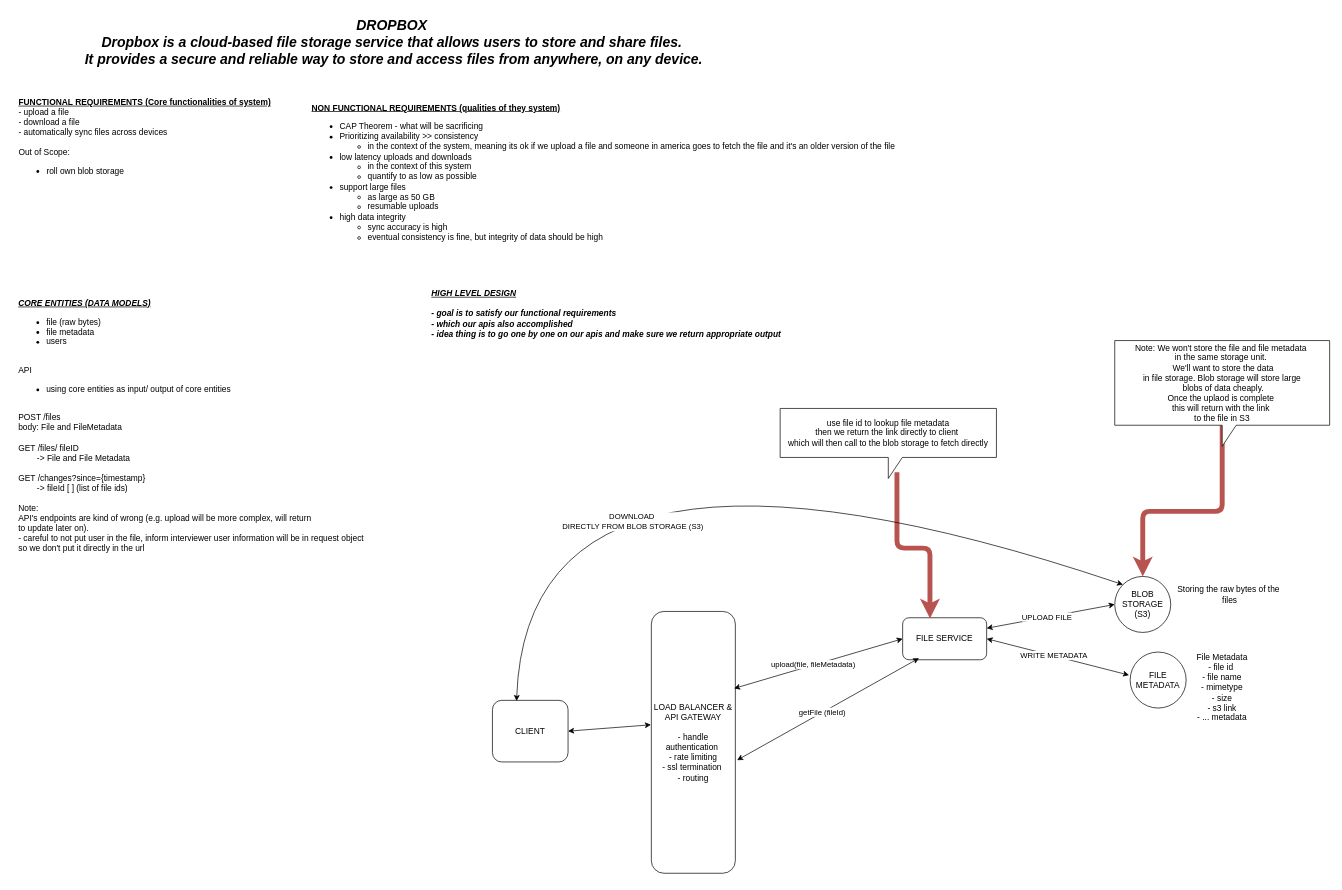
ALoveStory/SystemDesign keeps this draw.io diagram as DropBox-Revisit.drawio. Above is the earlier version. Source tidied: cells renumbered, new cells numbered last; positions are measured from the earlier drawing's top-left corner, leaving out a move shared by most shapes. Both pictures are drawn from the tidied source at 70%, with x=0, y=0 at pixel (12, 12).
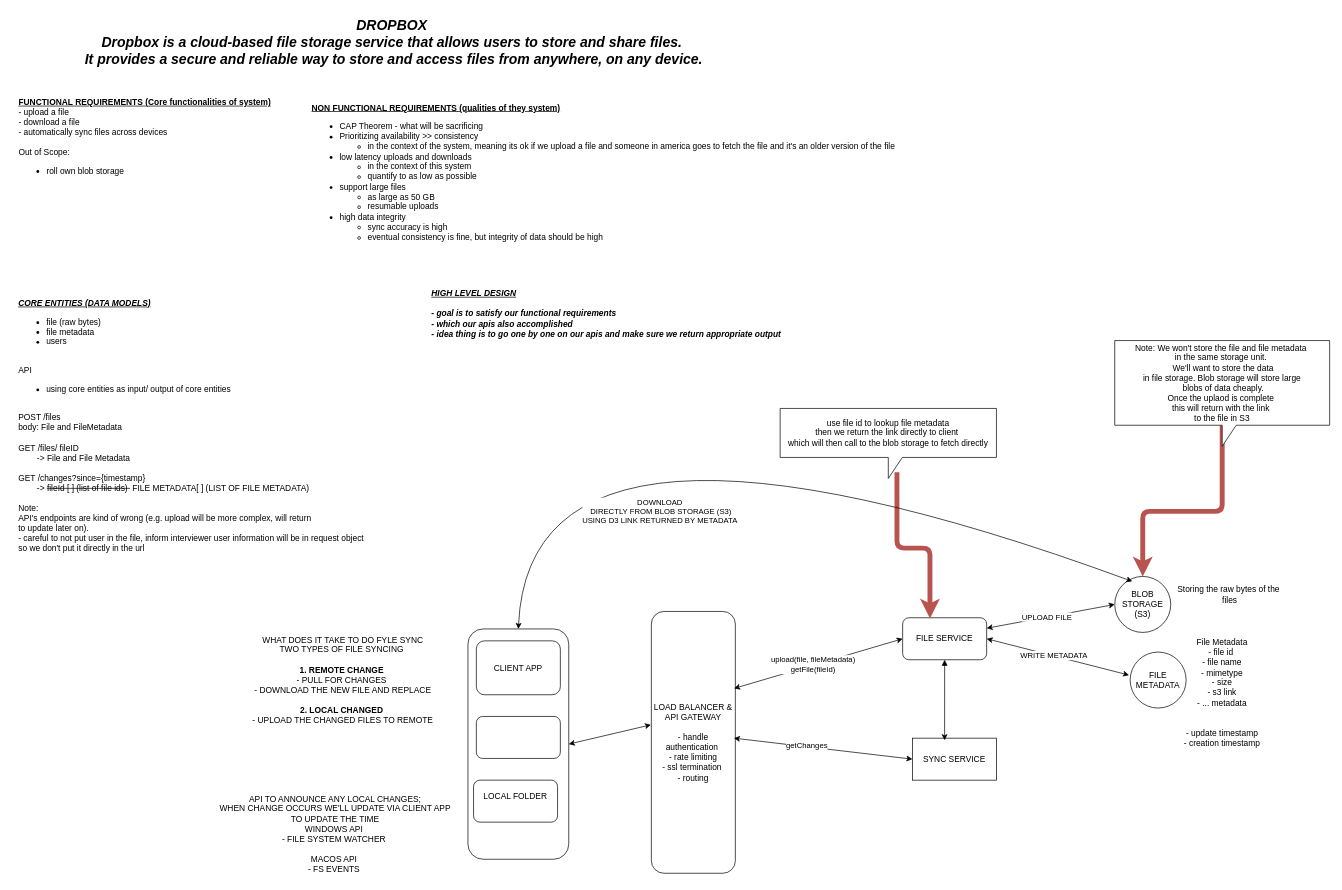
Above is the later version.

Commit message (it also covers changes not shown here):
updates for drop box revisit

Unchanged cells that the change refers to:
```xml
<mxCell id="8" value="LOAD BALANCER &amp;amp; API GATEWAY&lt;div&gt;&lt;br&gt;&lt;/div&gt;&lt;div&gt;- handle authentication&amp;nbsp;&lt;/div&gt;&lt;div&gt;- rate limiting&lt;/div&gt;&lt;div&gt;- ssl termination&amp;nbsp;&lt;/div&gt;&lt;div&gt;- routing&lt;/div&gt;" style="rounded=1;whiteSpace=wrap;html=1;" parent="1" vertex="1">
  <mxGeometry x="913" y="856" width="120" height="374" as="geometry" />
</mxCell>
<mxCell id="10" value="FILE SERVICE" style="rounded=1;whiteSpace=wrap;html=1;" parent="1" vertex="1">
  <mxGeometry x="1272" y="865" width="120" height="60" as="geometry" />
</mxCell>
<mxCell id="11" style="endArrow=classic;startArrow=classic;html=1;rounded=0;entryX=0;entryY=0.5;entryDx=0;entryDy=0;exitX=0.985;exitY=0.294;exitDx=0;exitDy=0;exitPerimeter=0;" parent="1" edge="1" source="8" target="10">
  <mxGeometry relative="1" as="geometry" />
</mxCell>
<mxCell id="13" value="BLOB STORAGE (S3)" style="ellipse;whiteSpace=wrap;html=1;" parent="1" vertex="1">
  <mxGeometry x="1575" y="806" width="80" height="80" as="geometry" />
</mxCell>
```

Change to the diagram source:
```diff
@@
-    <mxCell id="5" value="&lt;b&gt;&lt;i&gt;&lt;u&gt;CORE ENTITIES (DATA MODELS)&lt;/u&gt;&lt;/i&gt;&lt;/b&gt;&lt;div&gt;&lt;ul&gt;&lt;li&gt;file (raw bytes)&lt;/li&gt;&lt;li&gt;file metadata&amp;nbsp;&lt;/li&gt;&lt;li&gt;users&amp;nbsp;&lt;/li&gt;&lt;/ul&gt;&lt;div&gt;&lt;br&gt;&lt;/div&gt;&lt;/div&gt;&lt;div&gt;API&amp;nbsp;&lt;/div&gt;&lt;div&gt;&lt;ul&gt;&lt;li&gt;using core entities as input/ output of core entities&amp;nbsp;&lt;/li&gt;&lt;/ul&gt;&lt;div&gt;&lt;br&gt;&lt;/div&gt;&lt;/div&gt;&lt;div&gt;POST /files&amp;nbsp;&lt;/div&gt;&lt;div&gt;body: File and FileMetadata&amp;nbsp;&lt;/div&gt;&lt;div&gt;&lt;br&gt;&lt;/div&gt;&lt;div&gt;GET /files/ fileID&amp;nbsp;&lt;/div&gt;&lt;div&gt;&lt;span style=&quot;white-space: pre;&quot;&gt;&#9;&lt;/span&gt;-&amp;gt; File and File Metadata&amp;nbsp;&lt;br&gt;&lt;/div&gt;&lt;div&gt;&lt;br&gt;&lt;/div&gt;&lt;div&gt;GET /changes?since={timestamp}&lt;/div&gt;&lt;div&gt;&lt;span style=&quot;white-space: pre;&quot;&gt;&#9;&lt;/span&gt;-&amp;gt; fileId [ ] (list of file ids)&lt;br&gt;&lt;/div&gt;&lt;div&gt;&lt;br&gt;&lt;/div&gt;&lt;div&gt;Note:&lt;/div&gt;&lt;div&gt;API's endpoints are kind of wrong (e.g. upload will be more complex, will return&amp;nbsp;&lt;/div&gt;&lt;div&gt;to update later on).&lt;/div&gt;&lt;div&gt;- careful to not put user in the file, inform interviewer user information will be in request object&amp;nbsp;&lt;/div&gt;&lt;div&gt;so we don't put it directly in the url&lt;/div&gt;" style="text;html=1;align=left;verticalAlign=middle;strokeColor=none;fillColor=none;" parent="1" vertex="1">
+    <mxCell id="5" value="&lt;b&gt;&lt;i&gt;&lt;u&gt;CORE ENTITIES (DATA MODELS)&lt;/u&gt;&lt;/i&gt;&lt;/b&gt;&lt;div&gt;&lt;ul&gt;&lt;li&gt;file (raw bytes)&lt;/li&gt;&lt;li&gt;file metadata&amp;nbsp;&lt;/li&gt;&lt;li&gt;users&amp;nbsp;&lt;/li&gt;&lt;/ul&gt;&lt;div&gt;&lt;br&gt;&lt;/div&gt;&lt;/div&gt;&lt;div&gt;API&amp;nbsp;&lt;/div&gt;&lt;div&gt;&lt;ul&gt;&lt;li&gt;using core entities as input/ output of core entities&amp;nbsp;&lt;/li&gt;&lt;/ul&gt;&lt;div&gt;&lt;br&gt;&lt;/div&gt;&lt;/div&gt;&lt;div&gt;POST /files&amp;nbsp;&lt;/div&gt;&lt;div&gt;body: File and FileMetadata&amp;nbsp;&lt;/div&gt;&lt;div&gt;&lt;br&gt;&lt;/div&gt;&lt;div&gt;GET /files/ fileID&amp;nbsp;&lt;/div&gt;&lt;div&gt;&lt;span style=&quot;white-space: pre;&quot;&gt;&#9;&lt;/span&gt;-&amp;gt; File and File Metadata&amp;nbsp;&lt;br&gt;&lt;/div&gt;&lt;div&gt;&lt;br&gt;&lt;/div&gt;&lt;div&gt;GET /changes?since={timestamp}&lt;/div&gt;&lt;div&gt;&lt;span style=&quot;white-space: pre;&quot;&gt;&#9;&lt;/span&gt;-&amp;gt; &lt;strike&gt;fileId [ ] (list of file ids)&amp;nbsp;&lt;/strike&gt;&amp;nbsp;FILE METADATA[ ] (LIST OF FILE METADATA)&lt;br&gt;&lt;/div&gt;&lt;div&gt;&lt;br&gt;&lt;/div&gt;&lt;div&gt;Note:&lt;/div&gt;&lt;div&gt;API's endpoints are kind of wrong (e.g. upload will be more complex, will return&amp;nbsp;&lt;/div&gt;&lt;div&gt;to update later on).&lt;/div&gt;&lt;div&gt;- careful to not put user in the file, inform interviewer user information will be in request object&amp;nbsp;&lt;/div&gt;&lt;div&gt;so we don't put it directly in the url&lt;/div&gt;" style="text;html=1;align=left;verticalAlign=middle;strokeColor=none;fillColor=none;" parent="1" vertex="1">
       <mxGeometry x="7" y="402" width="515" height="377" as="geometry" />
     </mxCell>
@@
-    <mxCell id="7" value="CLIENT" style="rounded=1;whiteSpace=wrap;html=1;" parent="1" vertex="1">
-      <mxGeometry x="686" y="983" width="108" height="88" as="geometry" />
+    <mxCell id="7" style="rounded=1;whiteSpace=wrap;html=1;" parent="1" vertex="1">
+      <mxGeometry x="651" y="881" width="144" height="329" as="geometry" />
     </mxCell>
@@
-    <mxCell id="12" value="upload(file, fileMetadata)" style="edgeLabel;html=1;align=center;verticalAlign=middle;" parent="11" vertex="1">
+    <mxCell id="12" value="upload(file, fileMetadata)&lt;div&gt;getFile(fileId)&lt;/div&gt;" style="edgeLabel;html=1;align=center;verticalAlign=middle;" parent="11" vertex="1">
       <mxGeometry x="-0.07" y="1" relative="1" as="geometry" />
     </mxCell>
@@
-    <mxCell id="19" value="File Metadata&lt;div&gt;- file id&amp;nbsp;&lt;/div&gt;&lt;div&gt;- file name&lt;/div&gt;&lt;div&gt;- mimetype&lt;/div&gt;&lt;div&gt;- size&lt;/div&gt;&lt;div&gt;- s3 link&lt;/div&gt;&lt;div&gt;- ... metadata&lt;br&gt;&lt;div&gt;&lt;br&gt;&lt;/div&gt;&lt;/div&gt;" style="text;html=1;align=center;verticalAlign=middle;strokeColor=none;fillColor=none;" parent="1" vertex="1">
-      <mxGeometry x="1682" y="908" width="91" height="127" as="geometry" />
+    <mxCell id="19" value="File Metadata&lt;div&gt;- file id&amp;nbsp;&lt;/div&gt;&lt;div&gt;- file name&lt;/div&gt;&lt;div&gt;- mimetype&lt;/div&gt;&lt;div&gt;- size&lt;/div&gt;&lt;div&gt;- s3 link&lt;/div&gt;&lt;div&gt;- ... metadata&lt;br&gt;&lt;div&gt;&lt;br&gt;&lt;/div&gt;&lt;/div&gt;&lt;div&gt;&lt;br&gt;&lt;/div&gt;&lt;div&gt;- update timestamp&lt;/div&gt;&lt;div&gt;- creation timestamp&lt;/div&gt;" style="text;html=1;align=center;verticalAlign=middle;strokeColor=none;fillColor=none;" parent="1" vertex="1">
+      <mxGeometry x="1664" y="887" width="127" height="170" as="geometry" />
     </mxCell>
@@
-    <mxCell id="21" style="endArrow=classic;startArrow=classic;html=1;rounded=0;entryX=0.195;entryY=0.963;entryDx=0;entryDy=0;exitX=1.021;exitY=0.568;exitDx=0;exitDy=0;entryPerimeter=0;exitPerimeter=0;" parent="1" edge="1" source="8" target="10">
-      <mxGeometry relative="1" as="geometry" />
-    </mxCell>
-    <mxCell id="22" value="getFile (fileId)" style="edgeLabel;html=1;align=center;verticalAlign=middle;" parent="21" vertex="1">
-      <mxGeometry x="-0.07" y="1" relative="1" as="geometry" />
-    </mxCell>
@@
-    <mxCell id="27" style="endArrow=classic;startArrow=classic;html=1;rounded=0;entryX=0;entryY=0;entryDx=0;entryDy=0;curved=1;exitX=0.319;exitY=0.011;exitDx=0;exitDy=0;exitPerimeter=0;" parent="1" edge="1" source="7" target="13">
+    <mxCell id="27" style="endArrow=classic;startArrow=classic;html=1;rounded=0;entryX=0.313;entryY=0.088;entryDx=0;entryDy=0;curved=1;exitX=0.5;exitY=0;exitDx=0;exitDy=0;entryPerimeter=0;" parent="1" edge="1" source="7" target="13">
       <mxGeometry relative="1" as="geometry">
         <Array as="points">
-          <mxPoint x="737" y="532" />
+          <mxPoint x="740.5" y="498" />
         </Array>
       </mxGeometry>
     </mxCell>
-    <mxCell id="28" value="DOWNLOAD&lt;div&gt;&amp;nbsp;DIRECTLY FROM BLOB STORAGE (S3)&lt;/div&gt;" style="edgeLabel;html=1;align=center;verticalAlign=middle;" parent="27" vertex="1">
+    <mxCell id="28" value="DOWNLOAD&lt;div&gt;&amp;nbsp;DIRECTLY FROM BLOB STORAGE (S3)&lt;/div&gt;&lt;div&gt;USING D3 LINK RETURNED BY METADATA&lt;/div&gt;" style="edgeLabel;html=1;align=center;verticalAlign=middle;" parent="27" vertex="1">
       <mxGeometry x="-0.03" y="-138" relative="1" as="geometry" />
     </mxCell>
+    <mxCell id="29" value="LOCAL FOLDER&lt;div&gt;&lt;br&gt;&lt;/div&gt;" style="rounded=1;whiteSpace=wrap;html=1;" parent="1" vertex="1">
+      <mxGeometry x="659" y="1097" width="120" height="60" as="geometry" />
+    </mxCell>
+    <mxCell id="30" value="CLIENT APP" style="rounded=1;whiteSpace=wrap;html=1;" parent="1" vertex="1">
+      <mxGeometry x="663" y="898" width="120" height="77" as="geometry" />
+    </mxCell>
+    <mxCell id="31" value="WHAT DOES IT TAKE TO DO FYLE SYNC&lt;div&gt;TWO TYPES OF FILE SYNCING&amp;nbsp;&lt;/div&gt;&lt;div&gt;&lt;br&gt;&lt;/div&gt;&lt;div&gt;&lt;b&gt;1. REMOTE CHANGE&amp;nbsp;&lt;/b&gt;&lt;/div&gt;&lt;div&gt;- PULL FOR CHANGES&amp;nbsp;&lt;/div&gt;&lt;div&gt;- DOWNLOAD THE NEW FILE AND REPLACE&lt;/div&gt;&lt;div&gt;&lt;br&gt;&lt;/div&gt;&lt;div&gt;&lt;b&gt;2. LOCAL CHANGED&amp;nbsp;&lt;/b&gt;&lt;/div&gt;&lt;div&gt;- UPLOAD THE CHANGED FILES TO REMOTE&lt;/div&gt;" style="text;html=1;align=center;verticalAlign=middle;strokeColor=none;fillColor=none;" parent="1" vertex="1">
+      <mxGeometry x="334" y="883" width="276" height="142" as="geometry" />
+    </mxCell>
+    <mxCell id="32" value="SYNC SERVICE" style="whiteSpace=wrap;html=1;" parent="1" vertex="1">
+      <mxGeometry x="1286" y="1037" width="120" height="60" as="geometry" />
+    </mxCell>
+    <mxCell id="33" style="endArrow=classic;startArrow=classic;html=1;rounded=0;entryX=0;entryY=0.5;entryDx=0;entryDy=0;exitX=0.983;exitY=0.484;exitDx=0;exitDy=0;exitPerimeter=0;" parent="1" edge="1" source="8" target="32">
+      <mxGeometry relative="1" as="geometry" />
+    </mxCell>
+    <mxCell id="34" value="getChanges" style="edgeLabel;html=1;align=center;verticalAlign=middle;" parent="33" vertex="1">
+      <mxGeometry x="-0.19" y="2" relative="1" as="geometry" />
+    </mxCell>
+    <mxCell id="35" style="rounded=0;jettySize=auto;html=1;exitX=0.5;exitY=1;exitDx=0;exitDy=0;entryX=0.383;entryY=0.05;entryDx=0;entryDy=0;entryPerimeter=0;strokeColor=default;startArrow=block;startFill=1;" parent="1" edge="1" source="10" target="32">
+      <mxGeometry relative="1" as="geometry" />
+    </mxCell>
+    <mxCell id="36" value="&lt;div&gt;API TO ANNOUNCE ANY LOCAL CHANGES;&lt;/div&gt;&lt;div&gt;WHEN CHANGE OCCURS WE'LL UPDATE VIA CLIENT APP&lt;/div&gt;&lt;div&gt;TO UPDATE THE TIME&lt;/div&gt;WINDOWS API&amp;nbsp;&lt;div&gt;- FILE SYSTEM WATCHER&amp;nbsp;&lt;/div&gt;&lt;div&gt;&lt;br&gt;&lt;/div&gt;&lt;div&gt;MACOS API&amp;nbsp;&lt;/div&gt;&lt;div&gt;- FS EVENTS&amp;nbsp;&lt;/div&gt;" style="text;html=1;align=center;verticalAlign=middle;strokeColor=none;fillColor=none;" parent="1" vertex="1">
+      <mxGeometry x="287" y="1110" width="348" height="127" as="geometry" />
+    </mxCell>
+    <mxCell id="37" style="rounded=1;whiteSpace=wrap;html=1;" parent="1" vertex="1">
+      <mxGeometry x="663" y="1006" width="120" height="60" as="geometry" />
+    </mxCell>
```
